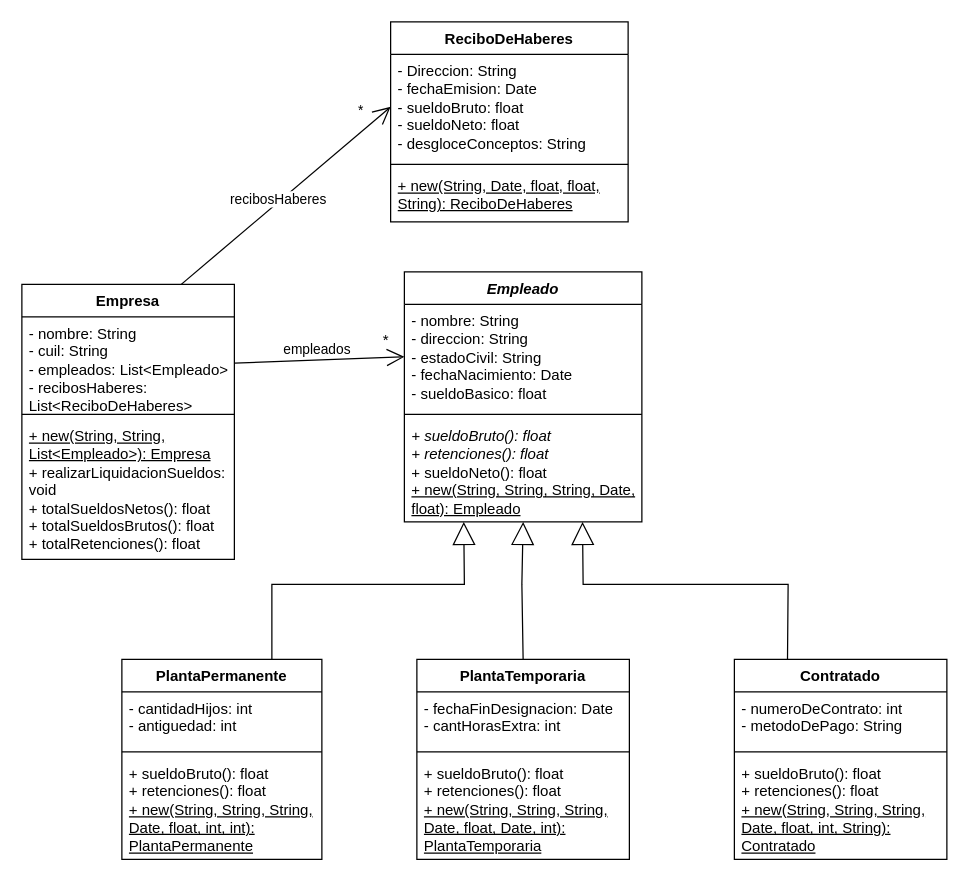
Before: tp2-UML/uml-ejercicio-2.drawio in franngo/programacionConObjetosII2025S2, a draw.io diagram. Source tidied: cells renumbered, new cells numbered last; positions are measured from the earlier drawing's top-left corner, leaving out a move shared by most shapes. Both pictures are drawn from the tidied source at 125%, with x=0, y=0 at pixel (21, 21).
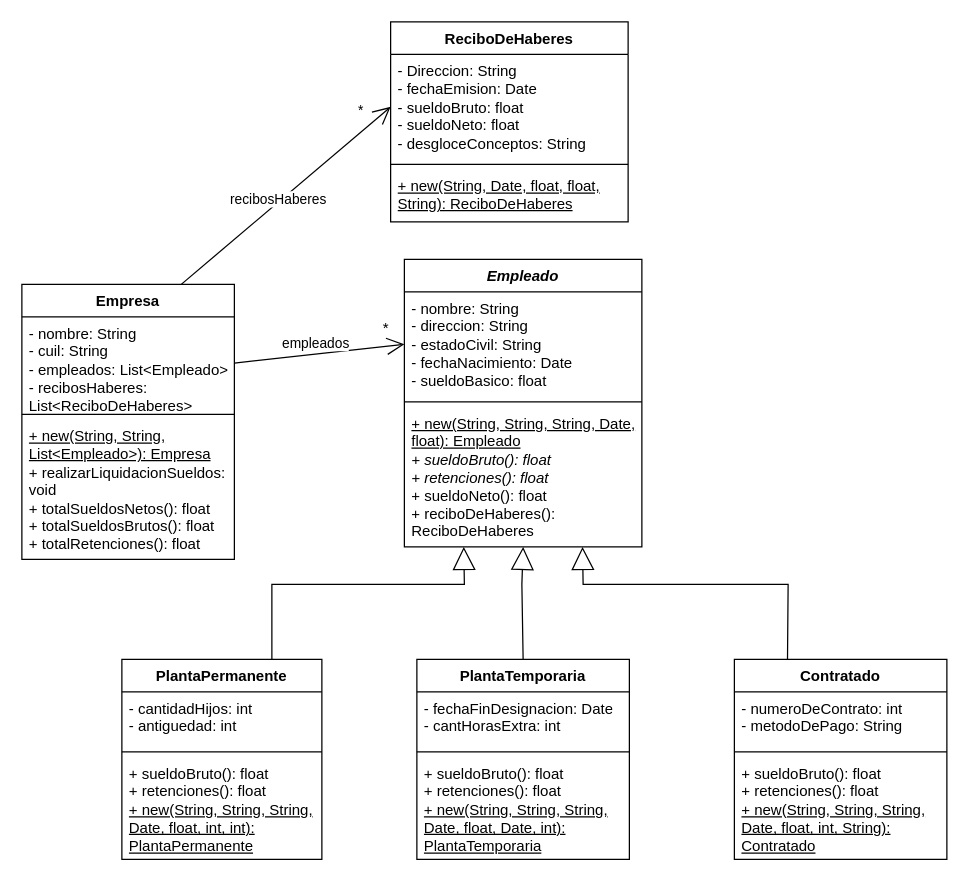
Above is the later version.

The edit, as a diff of the source:
```diff
@@
     <mxCell id="6" value="&lt;div&gt;&lt;i&gt;Empleado&lt;/i&gt;&lt;/div&gt;" style="swimlane;fontStyle=1;align=center;verticalAlign=top;horizontal=1;startSize=26;whiteSpace=wrap;html=1;" parent="1" vertex="1">
-      <mxGeometry x="306" y="200" width="190" height="200" as="geometry" />
+      <mxGeometry x="306" y="190" width="190" height="230" as="geometry" />
     </mxCell>
@@
-    <mxCell id="9" value="&lt;i&gt;+ sueldoBruto(): float&lt;br&gt;+ retenciones(): float&lt;/i&gt;&lt;br&gt;+ sueldoNeto(): float&lt;br&gt;&lt;u&gt;+ new(String, String, String, Date, float): Empleado&lt;/u&gt;" style="text;strokeColor=none;fillColor=none;align=left;verticalAlign=top;spacingLeft=4;spacingRight=4;overflow=hidden;whiteSpace=wrap;html=1;" parent="6" vertex="1">
-      <mxGeometry y="118" width="190" height="82" as="geometry" />
+    <mxCell id="9" value="&lt;u&gt;+ new(String, String, String, Date, float): Empleado&lt;/u&gt;&lt;br&gt;&lt;i&gt;+ sueldoBruto(): float&lt;br&gt;+ retenciones(): float&lt;/i&gt;&lt;br&gt;+ sueldoNeto(): float&lt;br&gt;+ reciboDeHaberes(): ReciboDeHaberes" style="text;strokeColor=none;fillColor=none;align=left;verticalAlign=top;spacingLeft=4;spacingRight=4;overflow=hidden;whiteSpace=wrap;html=1;" parent="6" vertex="1">
+      <mxGeometry y="118" width="190" height="112" as="geometry" />
     </mxCell>
@@
     <mxCell id="29" value="*" style="text;html=1;align=center;verticalAlign=middle;strokeColor=none;fillColor=none;" parent="1" vertex="1">
-      <mxGeometry x="276" y="240" width="30" height="30" as="geometry" />
+      <mxGeometry x="276" y="230" width="30" height="30" as="geometry" />
     </mxCell>
```
